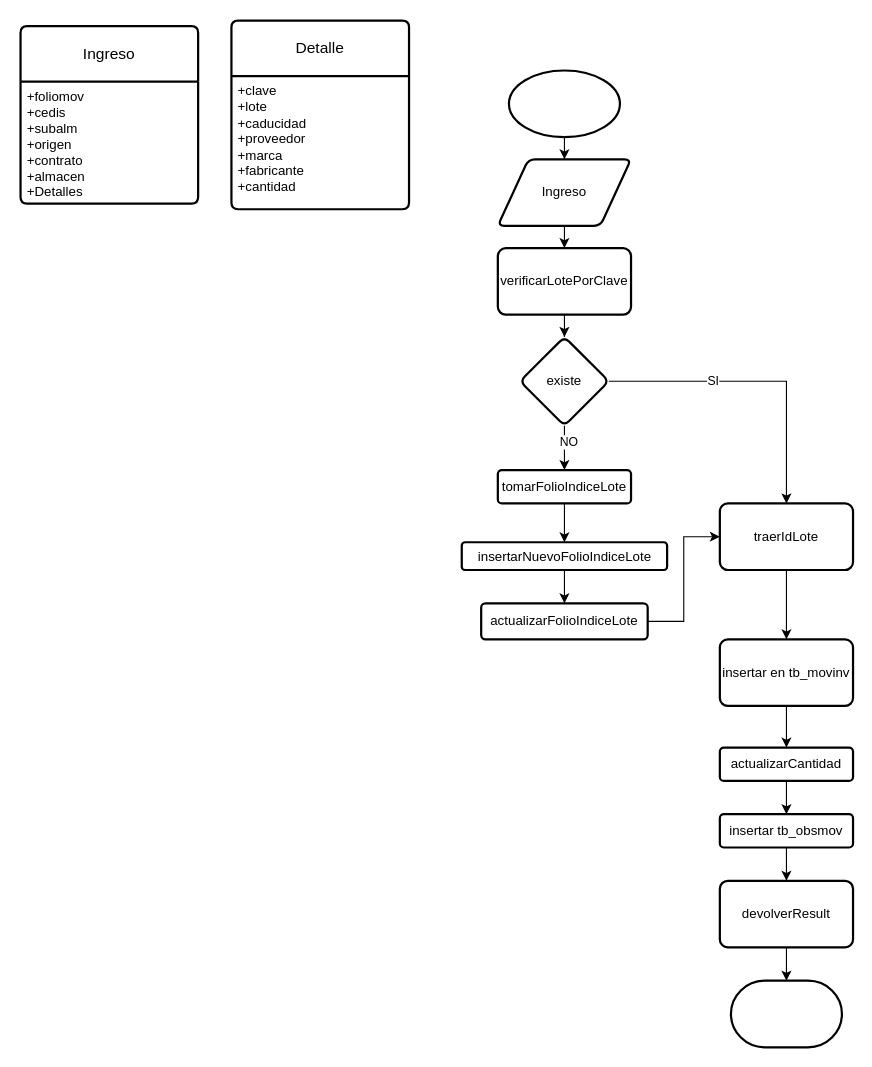
Above: ProcesoIngresosAgiles.drawio in ErnestoDanielTafoyaMolinaCYM/clases-cat-cym (draw.io), before the change. Source tidied: cells renumbered, new cells numbered last; positions are measured from the earlier drawing's top-left corner, leaving out a move shared by most shapes. Both pictures are drawn from the tidied source at 111%, with x=0, y=0 at pixel (20, 20).
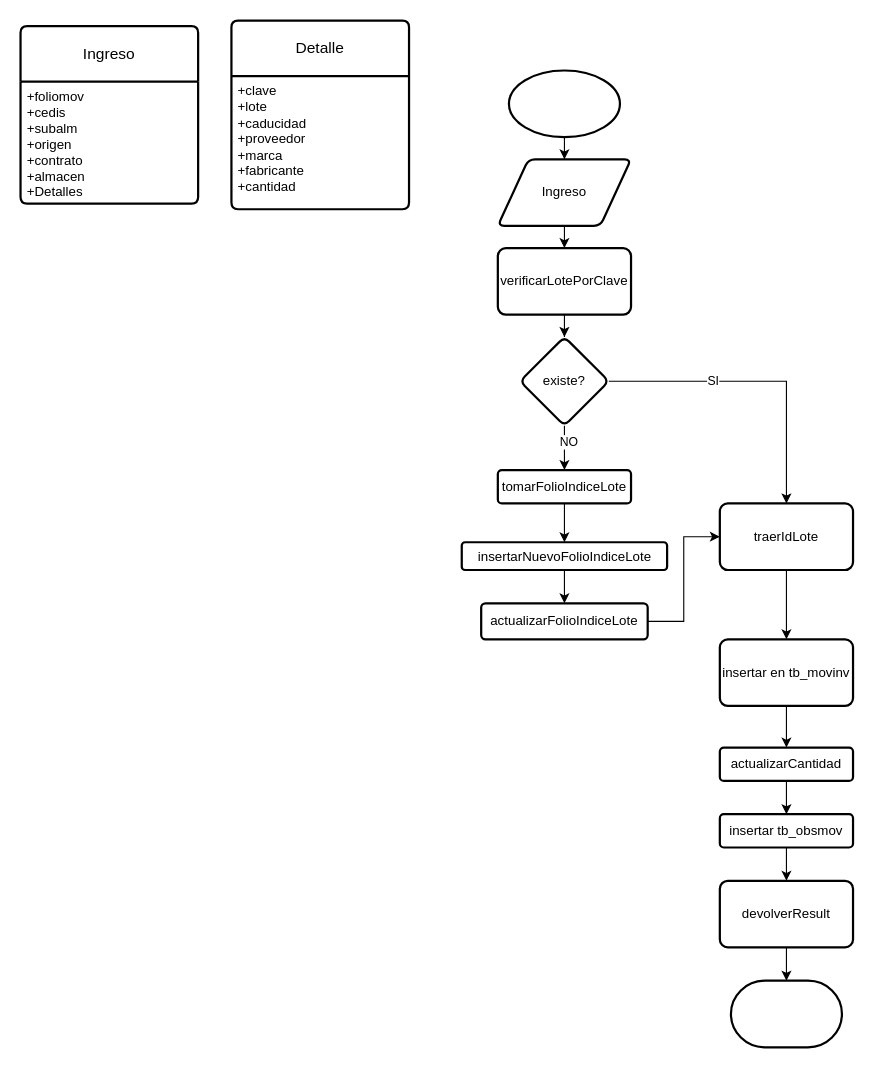
The same diagram, later.

Diff of the diagram source:
```diff
@@
-    <mxCell id="14" value="existe" style="rhombus;whiteSpace=wrap;html=1;strokeWidth=2;rounded=1;arcSize=12;" parent="1" vertex="1">
+    <mxCell id="14" value="existe?" style="rhombus;whiteSpace=wrap;html=1;strokeWidth=2;rounded=1;arcSize=12;" parent="1" vertex="1">
       <mxGeometry x="450" y="285" width="80" height="80" as="geometry" />
     </mxCell>
```
